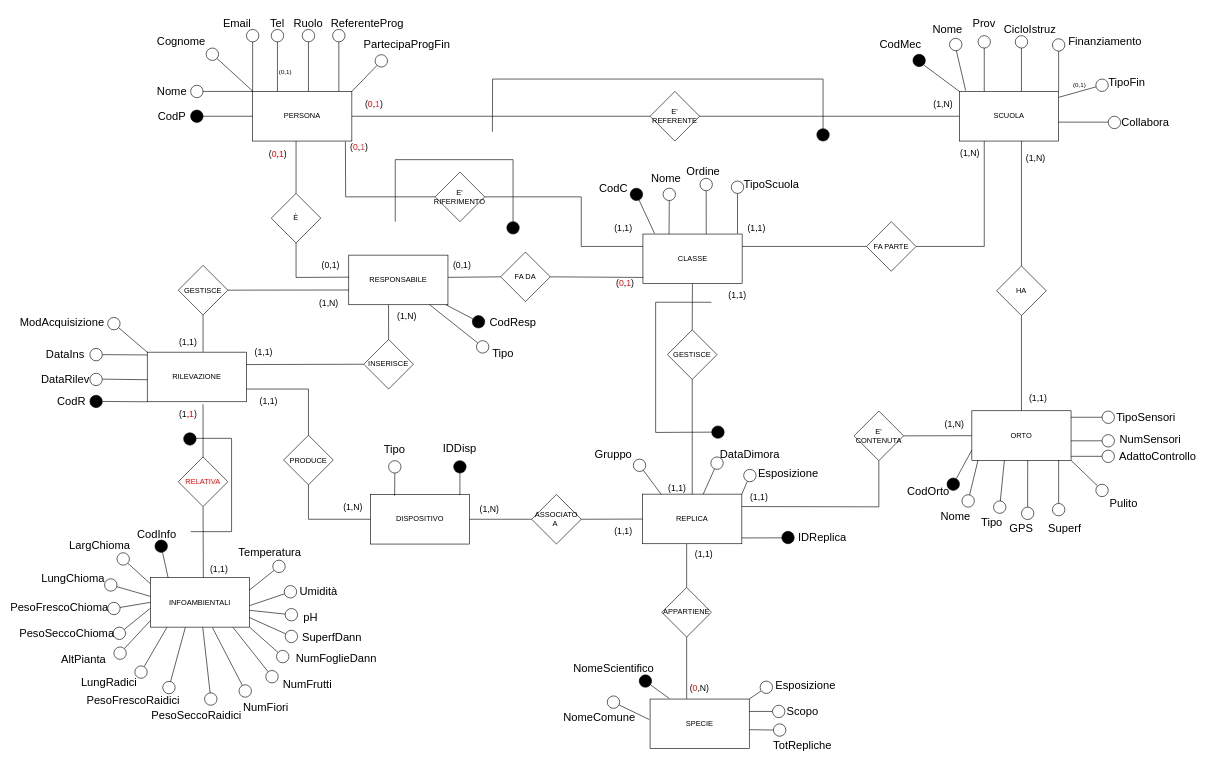
The draw.io diagram BD_ER_Restructured.drawio in pizzo-kyle/unige, before the edit. Source tidied: cells renumbered, new cells numbered last; positions are measured from the earlier drawing's top-left corner, leaving out a move shared by most shapes. Both pictures are drawn from the tidied source at 62%, with x=0, y=0 at pixel (34, 11).
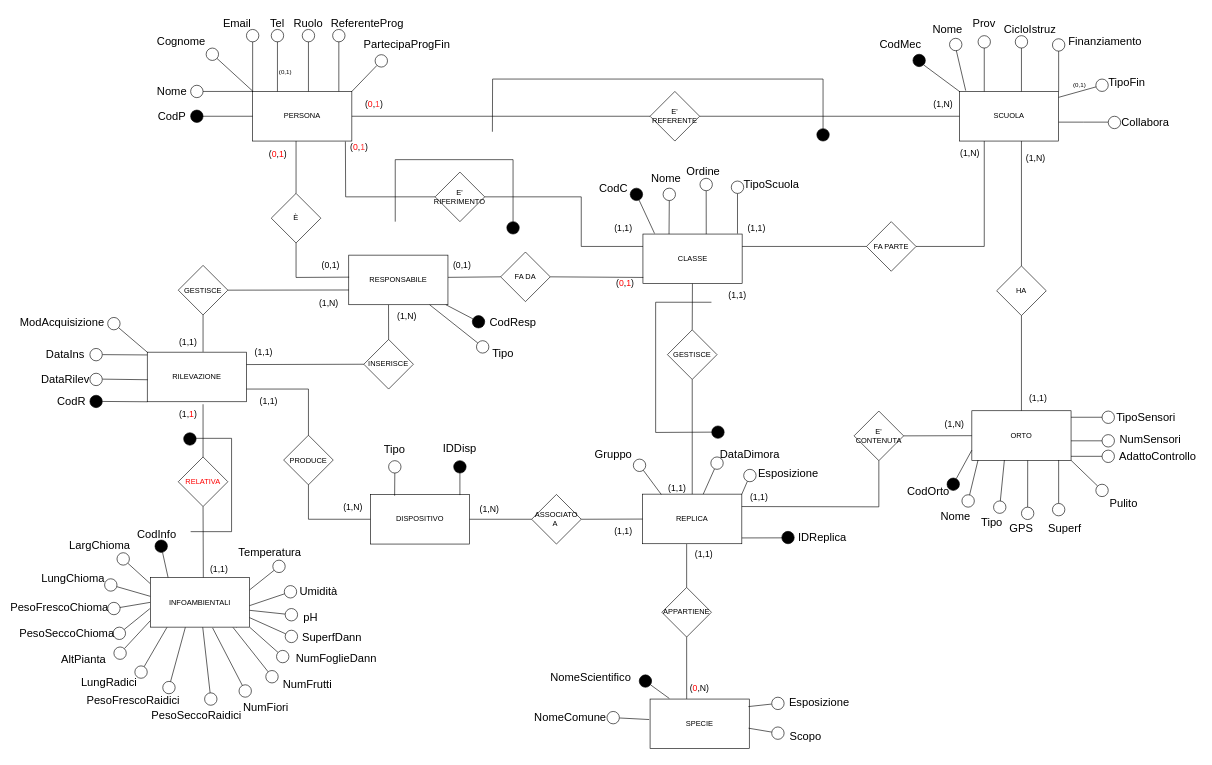
Above is the later version.

The change refers to these unchanged cells:
```xml
<mxCell id="159" value="SPECIE" style="rounded=0;whiteSpace=wrap;html=1;" parent="1" vertex="1">
  <mxGeometry x="993" y="1110" width="160" height="80" as="geometry" />
</mxCell>
```

Change to the diagram source:
```diff
@@
-    <mxCell id="160" style="ellipse;whiteSpace=wrap;html=1;fillColor=#FFFFFF;direction=south;gradientColor=none;" parent="1" vertex="1">
-      <mxGeometry x="1192" y="1150" width="20" height="20" as="geometry" />
-    </mxCell>
     <mxCell id="161" value="&lt;span style=&quot;font-size: 18px;&quot;&gt;Scopo&lt;/span&gt;" style="text;html=1;strokeColor=none;fillColor=none;align=center;verticalAlign=middle;whiteSpace=wrap;rounded=0;" parent="1" vertex="1">
-      <mxGeometry x="1214" y="1115" width="50" height="30" as="geometry" />
+      <mxGeometry x="1219" y="1155" width="50" height="30" as="geometry" />
     </mxCell>
@@
-    <mxCell id="163" style="endArrow=none;html=1;rounded=0;entryX=1;entryY=0;entryDx=0;entryDy=0;" parent="1" edge="1" source="164" target="159">
+    <mxCell id="163" style="endArrow=none;html=1;rounded=0;entryX=0.991;entryY=0.152;entryDx=0;entryDy=0;entryPerimeter=0;" parent="1" edge="1" source="164" target="159">
       <mxGeometry relative="1" as="geometry" />
     </mxCell>
     <mxCell id="164" style="ellipse;whiteSpace=wrap;html=1;fillColor=#FFFFFF;direction=south;gradientColor=none;" parent="1" vertex="1">
-      <mxGeometry x="1170.5" y="1081" width="20" height="20" as="geometry" />
+      <mxGeometry x="1189.2" y="1107" width="20" height="20" as="geometry" />
     </mxCell>
-    <mxCell id="165" style="endArrow=none;html=1;rounded=0;entryX=1;entryY=0.25;entryDx=0;entryDy=0;" parent="1" edge="1" source="166" target="159">
-      <mxGeometry relative="1" as="geometry" />
+    <mxCell id="165" style="endArrow=none;html=1;rounded=0;entryX=1;entryY=0.25;entryDx=0;entryDy=0;" parent="1" edge="1" source="166">
+      <mxGeometry relative="1" as="geometry">
+        <mxPoint x="1151.8" y="1157" as="targetPoint" />
+      </mxGeometry>
     </mxCell>
     <mxCell id="166" style="ellipse;whiteSpace=wrap;html=1;fillColor=#FFFFFF;direction=south;gradientColor=none;" parent="1" vertex="1">
-      <mxGeometry x="1190.5" y="1120" width="20" height="20" as="geometry" />
+      <mxGeometry x="1189.2" y="1155" width="20" height="20" as="geometry" />
     </mxCell>
-    <mxCell id="167" style="endArrow=none;html=1;rounded=0;exitX=1.004;exitY=0.605;exitDx=0;exitDy=0;exitPerimeter=0;entryX=0.5;entryY=1;entryDx=0;entryDy=0;" parent="1" edge="1" target="160">
-      <mxGeometry relative="1" as="geometry">
-        <mxPoint x="1153.6" y="1159.4" as="sourcePoint" />
-      </mxGeometry>
-    </mxCell>
@@
     <mxCell id="170" value="&lt;span style=&quot;font-size: 18px;&quot;&gt;NomeComune&lt;/span&gt;" style="text;html=1;strokeColor=none;fillColor=none;align=center;verticalAlign=middle;whiteSpace=wrap;rounded=0;" parent="1" vertex="1">
-      <mxGeometry x="879" y="1125" width="65" height="30" as="geometry" />
+      <mxGeometry x="832" y="1125" width="65" height="30" as="geometry" />
     </mxCell>
     <mxCell id="171" value="&lt;span style=&quot;font-size: 18px;&quot;&gt;NomeScientifico&lt;/span&gt;" style="text;html=1;strokeColor=none;fillColor=none;align=center;verticalAlign=middle;whiteSpace=wrap;rounded=0;" parent="1" vertex="1">
-      <mxGeometry x="901.5" y="1046" width="65" height="30" as="geometry" />
+      <mxGeometry x="865" y="1061" width="65" height="30" as="geometry" />
     </mxCell>
-    <mxCell id="172" value="&lt;span style=&quot;font-size: 18px;&quot;&gt;TotRepliche&lt;/span&gt;" style="text;html=1;strokeColor=none;fillColor=none;align=center;verticalAlign=middle;whiteSpace=wrap;rounded=0;" parent="1" vertex="1">
-      <mxGeometry x="1214" y="1170" width="50" height="30" as="geometry" />
-    </mxCell>
@@
     <mxCell id="175" style="ellipse;whiteSpace=wrap;html=1;fillColor=#FFFFFF;direction=south;gradientColor=none;" parent="1" vertex="1">
-      <mxGeometry x="924" y="1105" width="20" height="20" as="geometry" />
+      <mxGeometry x="923.5" y="1130" width="20" height="20" as="geometry" />
     </mxCell>
     <mxCell id="176" value="&lt;span style=&quot;font-size: 18px;&quot;&gt;Esposizione&lt;/span&gt;" style="text;html=1;strokeColor=none;fillColor=none;align=center;verticalAlign=middle;whiteSpace=wrap;rounded=0;" parent="1" vertex="1">
-      <mxGeometry x="1219" y="1073" width="50" height="30" as="geometry" />
+      <mxGeometry x="1240.5" y="1100" width="50" height="30" as="geometry" />
     </mxCell>
```
